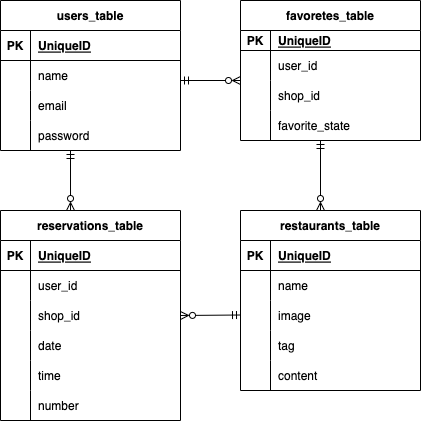
The draw.io diagram index.drawio.png in hase-taka/reservations_system, before a commit. Source tidied: cells renumbered, new cells last; positions are measured from the earlier drawing's top-left corner, leaving out a move shared by most shapes. The source it was exported from:
```xml
<mxGraphModel>
  <root>
    <mxCell id="0" />
    <mxCell id="1" parent="0" />
    <mxCell id="2" value="users_table" style="shape=table;startSize=30;rowLines=0;fontStyle=1;align=center;" parent="1" vertex="1">
      <mxGeometry width="180" height="150" as="geometry" />
    </mxCell>
    <mxCell id="3" style="shape=tableRow;horizontal=0;startSize=0;swimlaneHead=0;swimlaneBody=0;fillColor=none;top=0;left=0;right=0;bottom=1;" parent="2" vertex="1">
      <mxGeometry y="30" width="180" height="30" as="geometry" />
    </mxCell>
    <mxCell id="4" value="PK" style="shape=partialRectangle;fillColor=none;top=0;left=0;bottom=0;right=0;fontStyle=1;overflow=hidden;" parent="3" vertex="1">
      <mxGeometry width="30" height="30" as="geometry" />
    </mxCell>
    <mxCell id="5" value="UniqueID" style="shape=partialRectangle;fillColor=none;top=0;left=0;bottom=0;right=0;align=left;spacingLeft=6;fontStyle=5;overflow=hidden;" parent="3" vertex="1">
      <mxGeometry x="30" width="150" height="30" as="geometry" />
    </mxCell>
    <mxCell id="6" style="shape=tableRow;horizontal=0;startSize=0;swimlaneHead=0;swimlaneBody=0;fillColor=none;top=0;left=0;right=0;bottom=0;" parent="2" vertex="1">
      <mxGeometry y="60" width="180" height="30" as="geometry" />
    </mxCell>
    <mxCell id="7" style="shape=partialRectangle;fillColor=none;top=0;left=0;bottom=0;right=0;overflow=hidden;" parent="6" vertex="1">
      <mxGeometry width="30" height="30" as="geometry" />
    </mxCell>
    <mxCell id="8" value="name" style="shape=partialRectangle;fillColor=none;top=0;left=0;bottom=0;right=0;align=left;spacingLeft=6;overflow=hidden;" parent="6" vertex="1">
      <mxGeometry x="30" width="150" height="30" as="geometry" />
    </mxCell>
    <mxCell id="9" style="shape=tableRow;horizontal=0;startSize=0;swimlaneHead=0;swimlaneBody=0;fillColor=none;top=0;left=0;right=0;bottom=0;" parent="2" vertex="1">
      <mxGeometry y="90" width="180" height="30" as="geometry" />
    </mxCell>
    <mxCell id="10" style="shape=partialRectangle;fillColor=none;top=0;left=0;bottom=0;right=0;overflow=hidden;" parent="9" vertex="1">
      <mxGeometry width="30" height="30" as="geometry" />
    </mxCell>
    <mxCell id="11" value="email" style="shape=partialRectangle;fillColor=none;top=0;left=0;bottom=0;right=0;align=left;spacingLeft=6;overflow=hidden;" parent="9" vertex="1">
      <mxGeometry x="30" width="150" height="30" as="geometry" />
    </mxCell>
    <mxCell id="12" style="shape=tableRow;horizontal=0;startSize=0;swimlaneHead=0;swimlaneBody=0;fillColor=none;top=0;left=0;right=0;bottom=0;" parent="2" vertex="1">
      <mxGeometry y="120" width="180" height="30" as="geometry" />
    </mxCell>
    <mxCell id="13" style="shape=partialRectangle;fillColor=none;top=0;left=0;bottom=0;right=0;overflow=hidden;" parent="12" vertex="1">
      <mxGeometry width="30" height="30" as="geometry" />
    </mxCell>
    <mxCell id="14" value="password" style="shape=partialRectangle;fillColor=none;top=0;left=0;bottom=0;right=0;align=left;spacingLeft=6;overflow=hidden;" parent="12" vertex="1">
      <mxGeometry x="30" width="150" height="30" as="geometry" />
    </mxCell>
    <mxCell id="15" value="favoretes_table" style="shape=table;startSize=30;rowLines=0;fontStyle=1;align=center;" parent="1" vertex="1">
      <mxGeometry x="240" width="180" height="140" as="geometry" />
    </mxCell>
    <mxCell id="16" style="shape=tableRow;horizontal=0;startSize=0;swimlaneHead=0;swimlaneBody=0;fillColor=none;top=0;left=0;right=0;bottom=1;" parent="15" vertex="1">
      <mxGeometry y="30" width="180" height="20" as="geometry" />
    </mxCell>
    <mxCell id="17" value="PK" style="shape=partialRectangle;fillColor=none;top=0;left=0;bottom=0;right=0;fontStyle=1;overflow=hidden;" parent="16" vertex="1">
      <mxGeometry width="30" height="20" as="geometry" />
    </mxCell>
    <mxCell id="18" value="UniqueID" style="shape=partialRectangle;fillColor=none;top=0;left=0;bottom=0;right=0;align=left;spacingLeft=6;fontStyle=5;overflow=hidden;" parent="16" vertex="1">
      <mxGeometry x="30" width="150" height="20" as="geometry" />
    </mxCell>
    <mxCell id="19" style="shape=tableRow;horizontal=0;startSize=0;swimlaneHead=0;swimlaneBody=0;fillColor=none;top=0;left=0;right=0;bottom=0;" parent="15" vertex="1">
      <mxGeometry y="50" width="180" height="30" as="geometry" />
    </mxCell>
    <mxCell id="20" style="shape=partialRectangle;fillColor=none;top=0;left=0;bottom=0;right=0;overflow=hidden;" parent="19" vertex="1">
      <mxGeometry width="30" height="30" as="geometry" />
    </mxCell>
    <mxCell id="21" value="user_id" style="shape=partialRectangle;fillColor=none;top=0;left=0;bottom=0;right=0;align=left;spacingLeft=6;overflow=hidden;" parent="19" vertex="1">
      <mxGeometry x="30" width="150" height="30" as="geometry" />
    </mxCell>
    <mxCell id="22" style="shape=tableRow;horizontal=0;startSize=0;swimlaneHead=0;swimlaneBody=0;fillColor=none;top=0;left=0;right=0;bottom=0;" parent="15" vertex="1">
      <mxGeometry y="80" width="180" height="30" as="geometry" />
    </mxCell>
    <mxCell id="23" style="shape=partialRectangle;fillColor=none;top=0;left=0;bottom=0;right=0;overflow=hidden;" parent="22" vertex="1">
      <mxGeometry width="30" height="30" as="geometry" />
    </mxCell>
    <mxCell id="24" value="shop_id" style="shape=partialRectangle;fillColor=none;top=0;left=0;bottom=0;right=0;align=left;spacingLeft=6;overflow=hidden;" parent="22" vertex="1">
      <mxGeometry x="30" width="150" height="30" as="geometry" />
    </mxCell>
    <mxCell id="25" style="shape=tableRow;horizontal=0;startSize=0;swimlaneHead=0;swimlaneBody=0;fillColor=none;top=0;left=0;right=0;bottom=0;" parent="15" vertex="1">
      <mxGeometry y="110" width="180" height="30" as="geometry" />
    </mxCell>
    <mxCell id="26" style="shape=partialRectangle;fillColor=none;top=0;left=0;bottom=0;right=0;overflow=hidden;" parent="25" vertex="1">
      <mxGeometry width="30" height="30" as="geometry" />
    </mxCell>
    <mxCell id="27" value="favorite_state" style="shape=partialRectangle;fillColor=none;top=0;left=0;bottom=0;right=0;align=left;spacingLeft=6;overflow=hidden;" parent="25" vertex="1">
      <mxGeometry x="30" width="150" height="30" as="geometry" />
    </mxCell>
    <mxCell id="28" value="reservations_table" style="shape=table;startSize=30;rowLines=0;fontStyle=1;align=center;" parent="1" vertex="1">
      <mxGeometry y="210" width="180" height="210" as="geometry" />
    </mxCell>
    <mxCell id="29" style="shape=tableRow;horizontal=0;startSize=0;swimlaneHead=0;swimlaneBody=0;fillColor=none;top=0;left=0;right=0;bottom=1;" parent="28" vertex="1">
      <mxGeometry y="30" width="180" height="30" as="geometry" />
    </mxCell>
    <mxCell id="30" value="PK" style="shape=partialRectangle;fillColor=none;top=0;left=0;bottom=0;right=0;fontStyle=1;overflow=hidden;" parent="29" vertex="1">
      <mxGeometry width="30" height="30" as="geometry" />
    </mxCell>
    <mxCell id="31" value="UniqueID" style="shape=partialRectangle;fillColor=none;top=0;left=0;bottom=0;right=0;align=left;spacingLeft=6;fontStyle=5;overflow=hidden;" parent="29" vertex="1">
      <mxGeometry x="30" width="150" height="30" as="geometry" />
    </mxCell>
    <mxCell id="32" style="shape=tableRow;horizontal=0;startSize=0;swimlaneHead=0;swimlaneBody=0;fillColor=none;top=0;left=0;right=0;bottom=0;" parent="28" vertex="1">
      <mxGeometry y="60" width="180" height="30" as="geometry" />
    </mxCell>
    <mxCell id="33" style="shape=partialRectangle;fillColor=none;top=0;left=0;bottom=0;right=0;overflow=hidden;" parent="32" vertex="1">
      <mxGeometry width="30" height="30" as="geometry" />
    </mxCell>
    <mxCell id="34" value="user_id" style="shape=partialRectangle;fillColor=none;top=0;left=0;bottom=0;right=0;align=left;spacingLeft=6;overflow=hidden;" parent="32" vertex="1">
      <mxGeometry x="30" width="150" height="30" as="geometry" />
    </mxCell>
    <mxCell id="35" style="shape=tableRow;horizontal=0;startSize=0;swimlaneHead=0;swimlaneBody=0;fillColor=none;points=[[0,0.5],[1,0.5]];portConstraint=eastwest;top=0;left=0;right=0;bottom=0;" parent="28" vertex="1">
      <mxGeometry y="90" width="180" height="30" as="geometry" />
    </mxCell>
    <mxCell id="36" style="shape=partialRectangle;fillColor=none;top=0;left=0;bottom=0;right=0;overflow=hidden;" parent="35" vertex="1">
      <mxGeometry width="30" height="30" as="geometry" />
    </mxCell>
    <mxCell id="37" value="shop_id" style="shape=partialRectangle;fillColor=none;top=0;left=0;bottom=0;right=0;align=left;spacingLeft=6;overflow=hidden;" parent="35" vertex="1">
      <mxGeometry x="30" width="150" height="30" as="geometry" />
    </mxCell>
    <mxCell id="38" style="shape=tableRow;horizontal=0;startSize=0;swimlaneHead=0;swimlaneBody=0;fillColor=none;top=0;left=0;right=0;bottom=0;" parent="28" vertex="1">
      <mxGeometry y="120" width="180" height="30" as="geometry" />
    </mxCell>
    <mxCell id="39" style="shape=partialRectangle;fillColor=none;top=0;left=0;bottom=0;right=0;overflow=hidden;" parent="38" vertex="1">
      <mxGeometry width="30" height="30" as="geometry" />
    </mxCell>
    <mxCell id="40" value="date" style="shape=partialRectangle;fillColor=none;top=0;left=0;bottom=0;right=0;align=left;spacingLeft=6;overflow=hidden;" parent="38" vertex="1">
      <mxGeometry x="30" width="150" height="30" as="geometry" />
    </mxCell>
    <mxCell id="41" style="shape=tableRow;horizontal=0;startSize=0;swimlaneHead=0;swimlaneBody=0;fillColor=none;top=0;left=0;right=0;bottom=0;" parent="28" vertex="1">
      <mxGeometry y="150" width="180" height="30" as="geometry" />
    </mxCell>
    <mxCell id="42" style="shape=partialRectangle;fillColor=none;top=0;left=0;bottom=0;right=0;overflow=hidden;" parent="41" vertex="1">
      <mxGeometry width="30" height="30" as="geometry" />
    </mxCell>
    <mxCell id="43" value="time" style="shape=partialRectangle;fillColor=none;top=0;left=0;bottom=0;right=0;align=left;spacingLeft=6;overflow=hidden;" parent="41" vertex="1">
      <mxGeometry x="30" width="150" height="30" as="geometry" />
    </mxCell>
    <mxCell id="44" style="shape=tableRow;horizontal=0;startSize=0;swimlaneHead=0;swimlaneBody=0;fillColor=none;top=0;left=0;right=0;bottom=0;" parent="28" vertex="1">
      <mxGeometry y="180" width="180" height="30" as="geometry" />
    </mxCell>
    <mxCell id="45" style="shape=partialRectangle;fillColor=none;top=0;left=0;bottom=0;right=0;overflow=hidden;" parent="44" vertex="1">
      <mxGeometry width="30" height="30" as="geometry" />
    </mxCell>
    <mxCell id="46" value="number" style="shape=partialRectangle;fillColor=none;top=0;left=0;bottom=0;right=0;align=left;spacingLeft=6;overflow=hidden;" parent="44" vertex="1">
      <mxGeometry x="30" width="150" height="30" as="geometry" />
    </mxCell>
    <mxCell id="47" value="restaurants_table" style="shape=table;startSize=30;rowLines=0;fontStyle=1;align=center;" parent="1" vertex="1">
      <mxGeometry x="240" y="210" width="180" height="180" as="geometry" />
    </mxCell>
    <mxCell id="48" style="shape=tableRow;horizontal=0;startSize=0;swimlaneHead=0;swimlaneBody=0;fillColor=none;top=0;left=0;right=0;bottom=1;" parent="47" vertex="1">
      <mxGeometry y="30" width="180" height="30" as="geometry" />
    </mxCell>
    <mxCell id="49" value="PK" style="shape=partialRectangle;fillColor=none;top=0;left=0;bottom=0;right=0;fontStyle=1;overflow=hidden;" parent="48" vertex="1">
      <mxGeometry width="30" height="30" as="geometry" />
    </mxCell>
    <mxCell id="50" value="UniqueID" style="shape=partialRectangle;fillColor=none;top=0;left=0;bottom=0;right=0;align=left;spacingLeft=6;fontStyle=5;overflow=hidden;" parent="48" vertex="1">
      <mxGeometry x="30" width="150" height="30" as="geometry" />
    </mxCell>
    <mxCell id="51" style="shape=tableRow;horizontal=0;startSize=0;swimlaneHead=0;swimlaneBody=0;fillColor=none;top=0;left=0;right=0;bottom=0;" parent="47" vertex="1">
      <mxGeometry y="60" width="180" height="30" as="geometry" />
    </mxCell>
    <mxCell id="52" style="shape=partialRectangle;fillColor=none;top=0;left=0;bottom=0;right=0;overflow=hidden;" parent="51" vertex="1">
      <mxGeometry width="30" height="30" as="geometry" />
    </mxCell>
    <mxCell id="53" value="name" style="shape=partialRectangle;fillColor=none;top=0;left=0;bottom=0;right=0;align=left;spacingLeft=6;overflow=hidden;" parent="51" vertex="1">
      <mxGeometry x="30" width="150" height="30" as="geometry" />
    </mxCell>
    <mxCell id="54" style="shape=tableRow;horizontal=0;startSize=0;swimlaneHead=0;swimlaneBody=0;fillColor=none;top=0;left=0;right=0;bottom=0;" parent="47" vertex="1">
      <mxGeometry y="90" width="180" height="30" as="geometry" />
    </mxCell>
    <mxCell id="55" style="shape=partialRectangle;fillColor=none;top=0;left=0;bottom=0;right=0;overflow=hidden;" parent="54" vertex="1">
      <mxGeometry width="30" height="30" as="geometry" />
    </mxCell>
    <mxCell id="56" value="image" style="shape=partialRectangle;fillColor=none;top=0;left=0;bottom=0;right=0;align=left;spacingLeft=6;overflow=hidden;" parent="54" vertex="1">
      <mxGeometry x="30" width="150" height="30" as="geometry" />
    </mxCell>
    <mxCell id="57" style="shape=tableRow;horizontal=0;startSize=0;swimlaneHead=0;swimlaneBody=0;fillColor=none;top=0;left=0;right=0;bottom=0;" parent="47" vertex="1">
      <mxGeometry y="120" width="180" height="30" as="geometry" />
    </mxCell>
    <mxCell id="58" style="shape=partialRectangle;fillColor=none;top=0;left=0;bottom=0;right=0;overflow=hidden;" parent="57" vertex="1">
      <mxGeometry width="30" height="30" as="geometry" />
    </mxCell>
    <mxCell id="59" value="tag" style="shape=partialRectangle;fillColor=none;top=0;left=0;bottom=0;right=0;align=left;spacingLeft=6;overflow=hidden;" parent="57" vertex="1">
      <mxGeometry x="30" width="150" height="30" as="geometry" />
    </mxCell>
    <mxCell id="60" style="shape=tableRow;horizontal=0;startSize=0;swimlaneHead=0;swimlaneBody=0;fillColor=none;top=0;left=0;right=0;bottom=0;" parent="47" vertex="1">
      <mxGeometry y="150" width="180" height="30" as="geometry" />
    </mxCell>
    <mxCell id="61" style="shape=partialRectangle;fillColor=none;top=0;left=0;bottom=0;right=0;overflow=hidden;" parent="60" vertex="1">
      <mxGeometry width="30" height="30" as="geometry" />
    </mxCell>
    <mxCell id="62" value="content" style="shape=partialRectangle;fillColor=none;top=0;left=0;bottom=0;right=0;align=left;spacingLeft=6;overflow=hidden;" parent="60" vertex="1">
      <mxGeometry x="30" width="150" height="30" as="geometry" />
    </mxCell>
    <mxCell id="63" style="fontSize=12;html=1;endArrow=ERzeroToMany;startArrow=ERmandOne;endFill=0;" parent="1" edge="1">
      <mxGeometry relative="1" as="geometry">
        <mxPoint x="180" y="80" as="sourcePoint" />
        <mxPoint x="240" y="80" as="targetPoint" />
      </mxGeometry>
    </mxCell>
    <mxCell id="64" style="fontSize=12;html=1;endArrow=ERzeroToMany;startArrow=ERmandOne;endFill=0;entryX=0.389;entryY=0;entryDx=0;entryDy=0;entryPerimeter=0;" parent="1" edge="1" target="28">
      <mxGeometry relative="1" as="geometry">
        <mxPoint x="70" y="150" as="sourcePoint" />
      </mxGeometry>
    </mxCell>
    <mxCell id="65" style="fontSize=12;html=1;endArrow=ERzeroToMany;startArrow=ERmandOne;endFill=0;" parent="1" edge="1">
      <mxGeometry relative="1" as="geometry">
        <mxPoint x="320" y="140" as="sourcePoint" />
        <mxPoint x="320" y="210" as="targetPoint" />
      </mxGeometry>
    </mxCell>
    <mxCell id="66" style="fontSize=12;html=1;endArrow=ERzeroToMany;startArrow=ERmandOne;endFill=0;entryX=1;entryY=0.5;entryDx=0;entryDy=0;" parent="1" edge="1" target="35">
      <mxGeometry relative="1" as="geometry">
        <mxPoint x="240" y="314.5" as="sourcePoint" />
      </mxGeometry>
    </mxCell>
  </root>
</mxGraphModel>
```
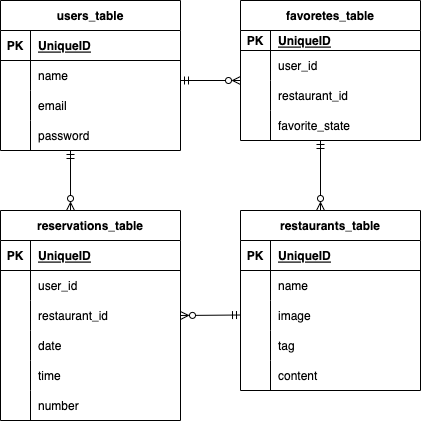
The same file after the commit.

What changed in the source:
```diff
@@ -68,7 +68,7 @@
     <mxCell id="23" style="shape=partialRectangle;fillColor=none;top=0;left=0;bottom=0;right=0;overflow=hidden;" parent="22" vertex="1">
       <mxGeometry width="30" height="30" as="geometry" />
     </mxCell>
-    <mxCell id="24" value="shop_id" style="shape=partialRectangle;fillColor=none;top=0;left=0;bottom=0;right=0;align=left;spacingLeft=6;overflow=hidden;" parent="22" vertex="1">
+    <mxCell id="24" value="restaurant_id" style="shape=partialRectangle;fillColor=none;top=0;left=0;bottom=0;right=0;align=left;spacingLeft=6;overflow=hidden;" parent="22" vertex="1">
       <mxGeometry x="30" width="150" height="30" as="geometry" />
     </mxCell>
     <mxCell id="25" style="shape=tableRow;horizontal=0;startSize=0;swimlaneHead=0;swimlaneBody=0;fillColor=none;top=0;left=0;right=0;bottom=0;" parent="15" vertex="1">
@@ -107,7 +107,7 @@
     <mxCell id="36" style="shape=partialRectangle;fillColor=none;top=0;left=0;bottom=0;right=0;overflow=hidden;" parent="35" vertex="1">
       <mxGeometry width="30" height="30" as="geometry" />
     </mxCell>
-    <mxCell id="37" value="shop_id" style="shape=partialRectangle;fillColor=none;top=0;left=0;bottom=0;right=0;align=left;spacingLeft=6;overflow=hidden;" parent="35" vertex="1">
+    <mxCell id="37" value="restaurant_id" style="shape=partialRectangle;fillColor=none;top=0;left=0;bottom=0;right=0;align=left;spacingLeft=6;overflow=hidden;" parent="35" vertex="1">
       <mxGeometry x="30" width="150" height="30" as="geometry" />
     </mxCell>
     <mxCell id="38" style="shape=tableRow;horizontal=0;startSize=0;swimlaneHead=0;swimlaneBody=0;fillColor=none;top=0;left=0;right=0;bottom=0;" parent="28" vertex="1">
```
